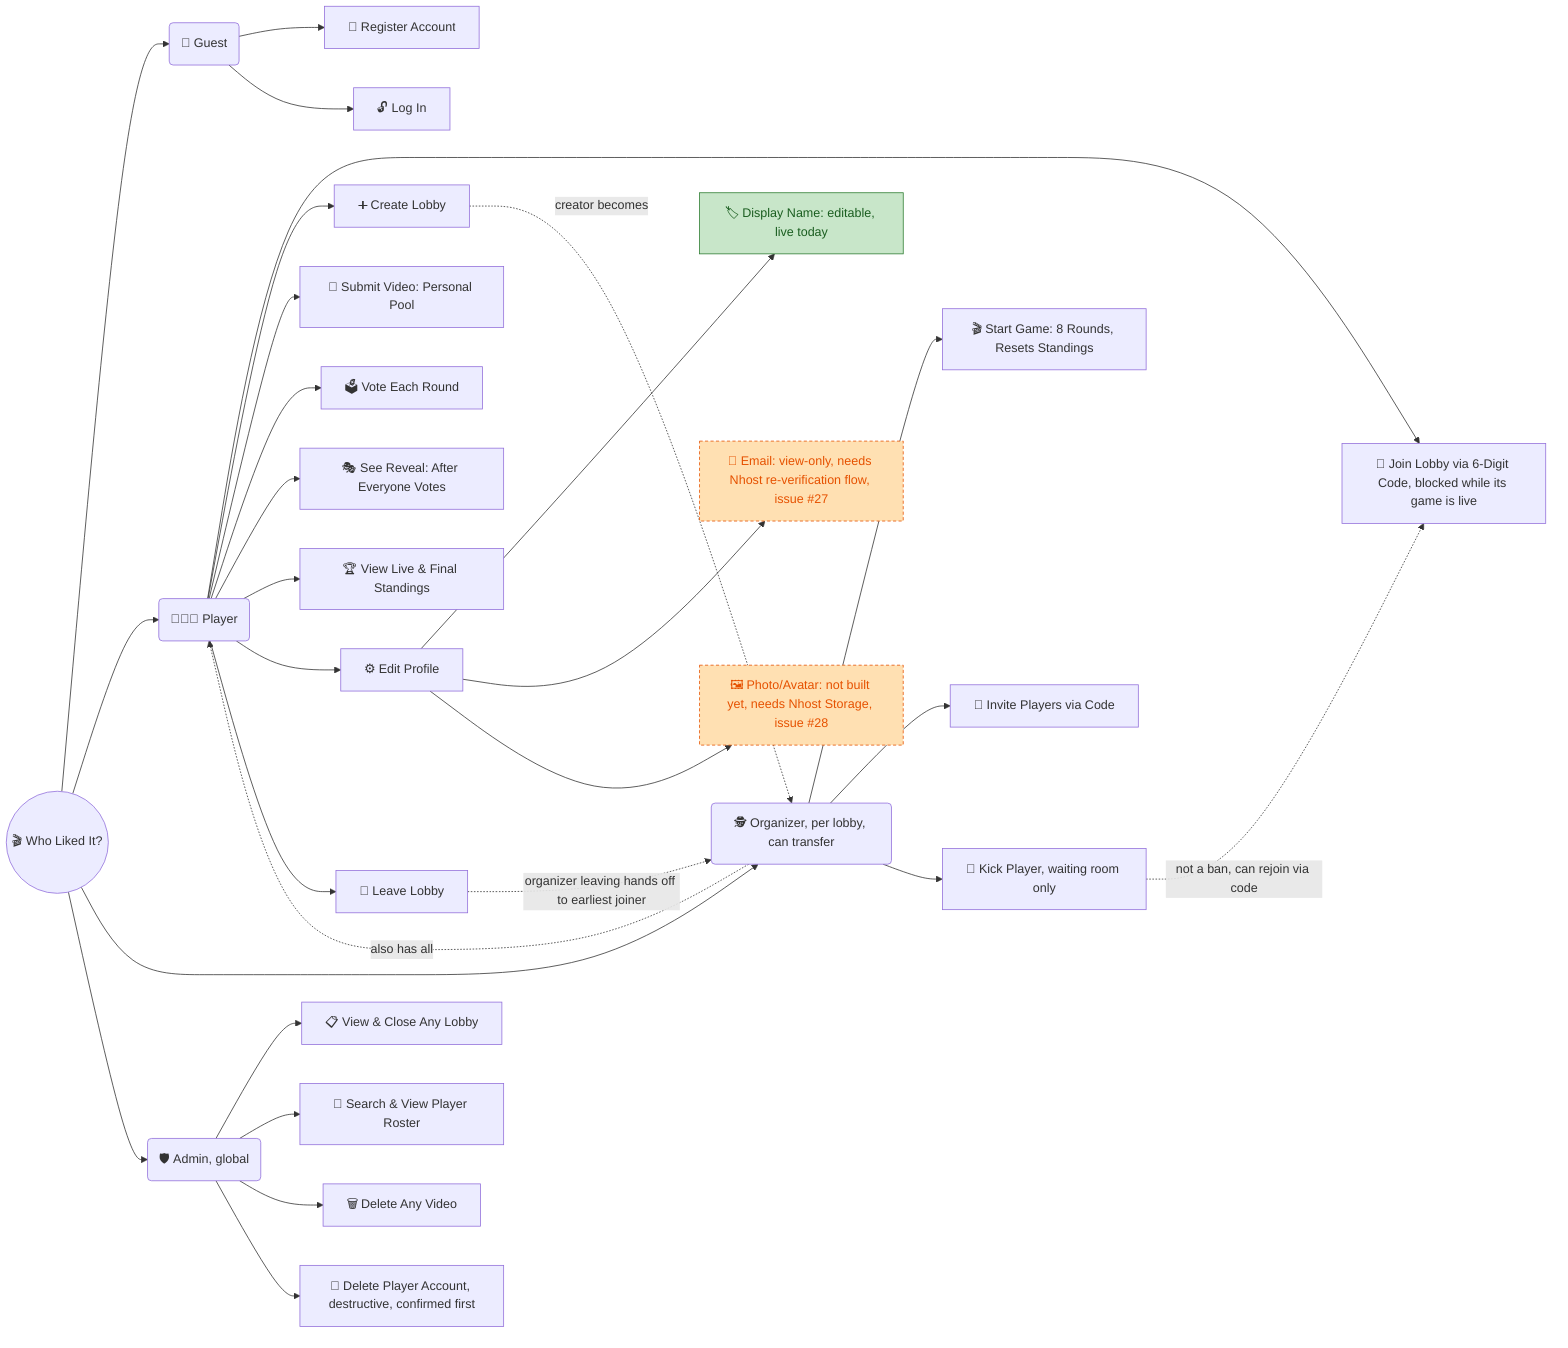
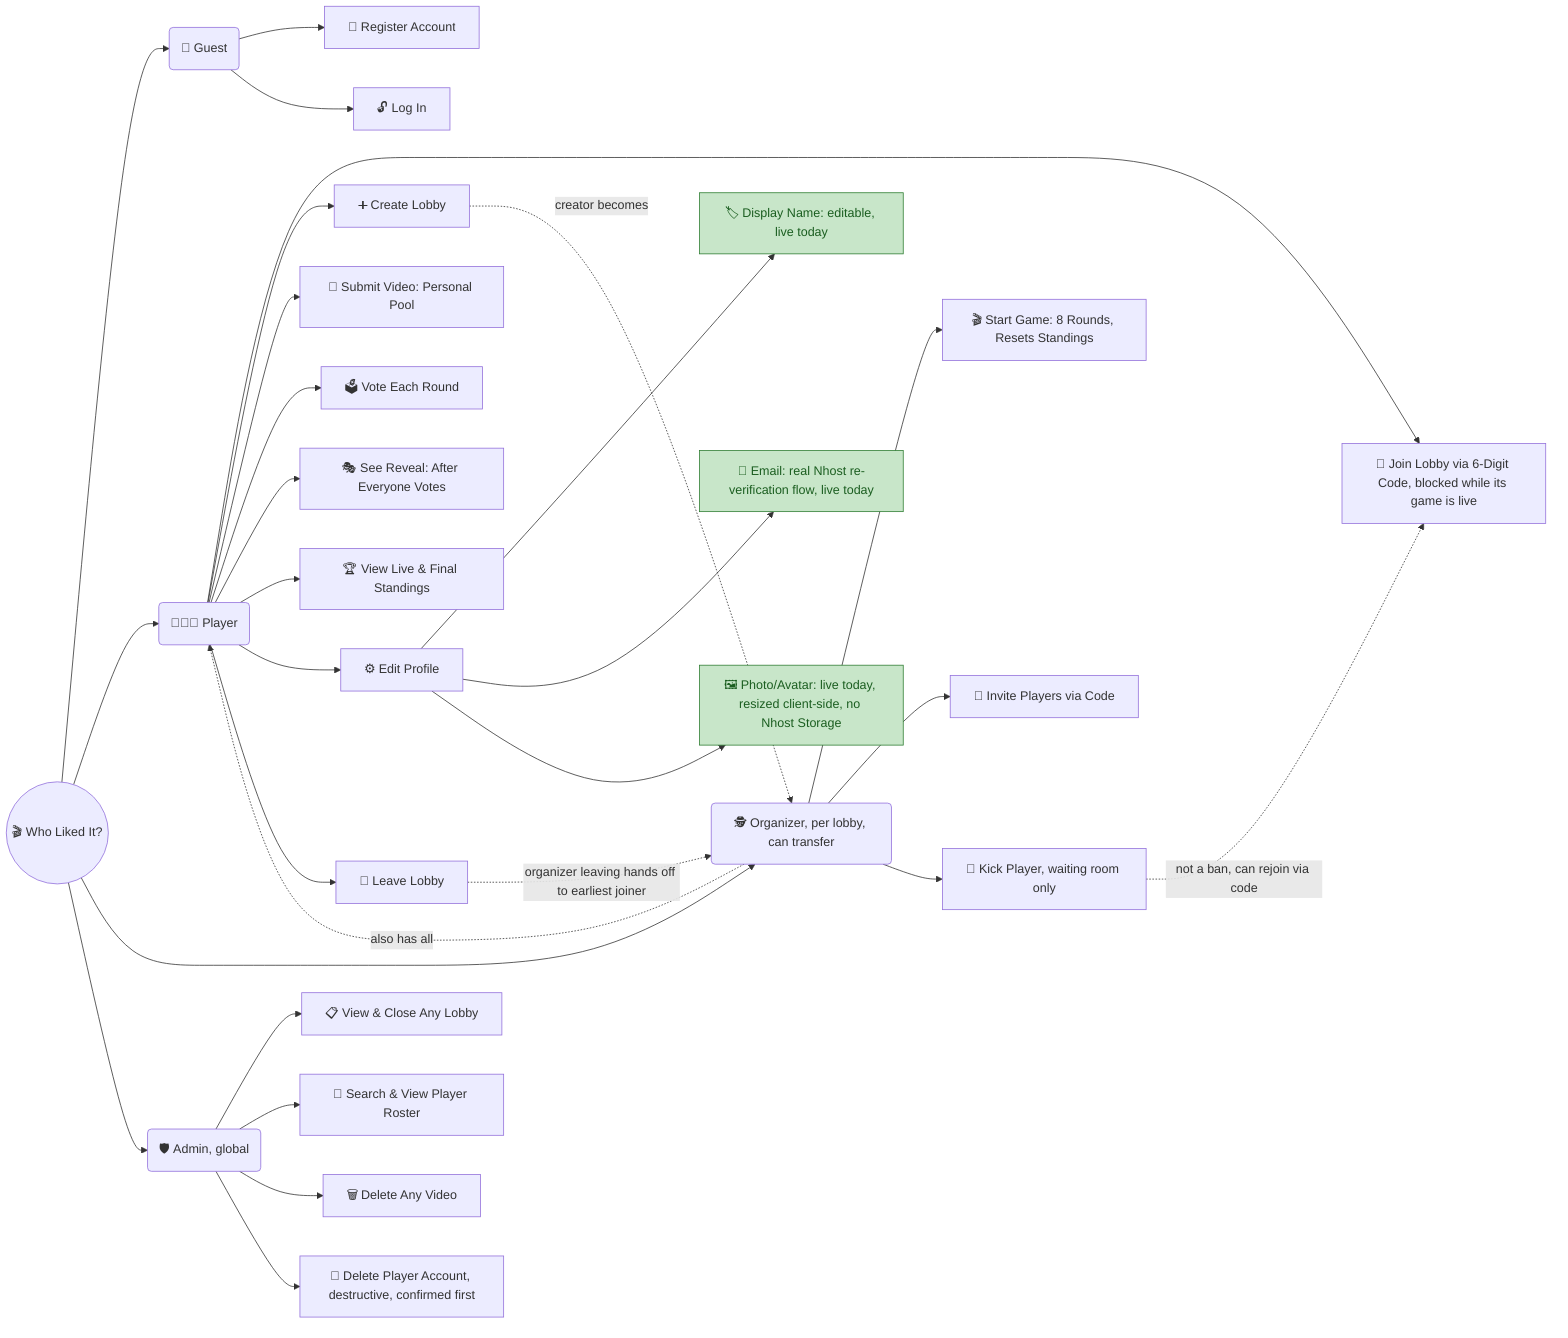
graph LR
  Root((🎬 Who Liked It?))

  Root --> Guest(🧍 Guest)
  Guest --> G1[📝 Register Account]
  Guest --> G2[🔓 Log In]

  Root --> Player(🧑‍🤝‍🧑 Player)
  Player --> P1[🔑 Join Lobby via 6-Digit Code, blocked while its game is live]
  Player --> P2[➕ Create Lobby]
  Player --> P3[📼 Submit Video: Personal Pool]
  Player --> P4[🗳️ Vote Each Round]
  Player --> P5[🎭 See Reveal: After Everyone Votes]
  Player --> P6[🏆 View Live &amp; Final Standings]
  Player --> P7[⚙️ Edit Profile]
  P7 --> P7a[🏷️ Display Name: editable, live today]
-   P7 --> P7b[📧 Email: view-only, needs Nhost re-verification flow, issue #27]
-   P7 --> P7c[🖼️ Photo/Avatar: not built yet, needs Nhost Storage, issue #28]
+   P7 --> P7b[📧 Email: real Nhost re-verification flow, live today]
+   P7 --> P7c[🖼️ Photo/Avatar: live today, resized client-side, no Nhost Storage]
  Player --> P8[🚪 Leave Lobby]

  Root --> Organizer(🕵️ Organizer, per lobby, can transfer)
  Organizer --> O1[🎬 Start Game: 8 Rounds, Resets Standings]
  Organizer --> O2[📣 Invite Players via Code]
  Organizer --> O3[👢 Kick Player, waiting room only]
  Organizer -.->|also has all| Player
  P2 -.->|creator becomes| Organizer
  P8 -.->|organizer leaving hands off to earliest joiner| Organizer
  O3 -.->|not a ban, can rejoin via code| P1

  Root --> Admin(🛡️ Admin, global)
  Admin --> A1[📋 View &amp; Close Any Lobby]
  Admin --> A2[👥 Search &amp; View Player Roster]
  Admin --> A3[🗑️ Delete Any Video]
  Admin --> A4[🚫 Delete Player Account, destructive, confirmed first]

  classDef live fill:#c8e6c9,stroke:#2e7d32,color:#1b5e20
-   classDef planned fill:#ffe0b2,stroke:#e65100,color:#e65100,stroke-dasharray: 4 3
-   class P7a live
-   class P7b,P7c planned
+   class P7a,P7b,P7c live
